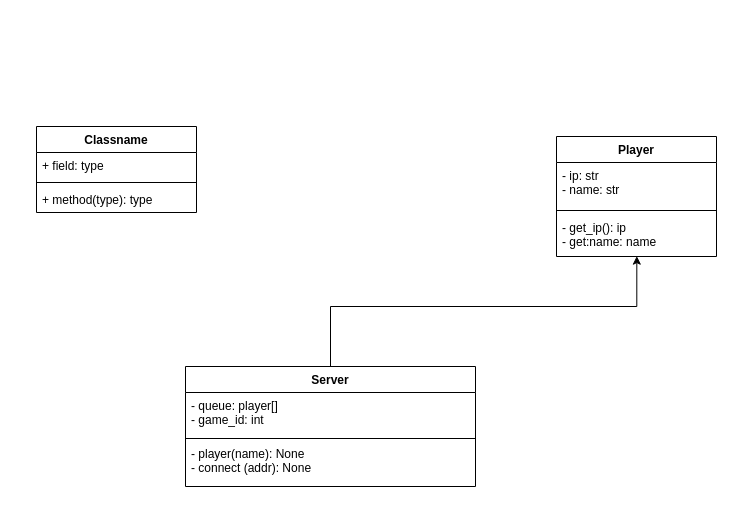
The draw.io diagram .drawio in Truntaler/TM-Project, before the edit. Source tidied: cells renumbered, new cells numbered last; positions are measured from the earlier drawing's top-left corner, leaving out a move shared by most shapes. Both pictures are drawn from the tidied source at 100%, with x=0, y=0 at pixel (36, 126).
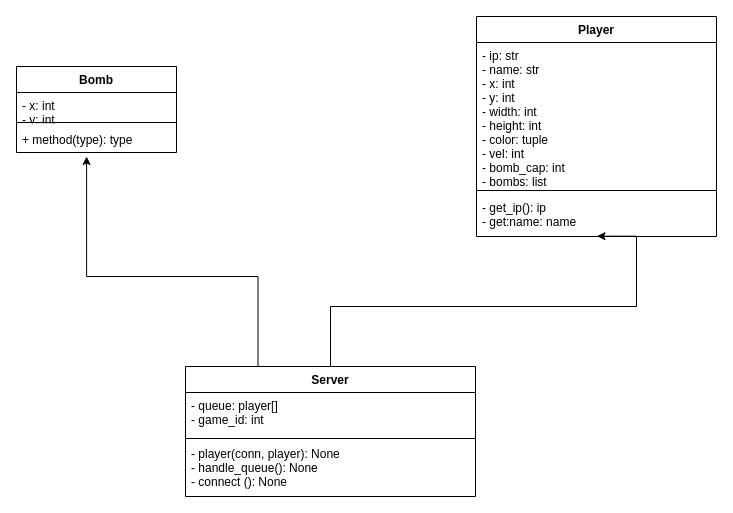
The same diagram, later.

Commit message:
server_3/player erweitert

Unchanged cells that the change refers to:
```xml
<mxCell id="15" value="+ method(type): type" style="text;strokeColor=none;fillColor=none;align=left;verticalAlign=top;spacingLeft=4;spacingRight=4;overflow=hidden;points=[[0,0.5],[1,0.5]];portConstraint=eastwest;" parent="12" vertex="1">
  <mxGeometry y="60" width="160" height="26" as="geometry" />
</mxCell>
```

Diff of the diagram source:
```diff
@@
+    <mxCell id="16" style="edgeStyle=orthogonalEdgeStyle;rounded=0;jettySize=auto;html=1;exitX=0.25;exitY=0;exitDx=0;exitDy=0;entryX=0.438;entryY=1.154;entryDx=0;entryDy=0;entryPerimeter=0;" parent="1" edge="1" source="3" target="15">
+      <mxGeometry relative="1" as="geometry">
+        <Array as="points">
+          <mxPoint x="222" y="150" />
+          <mxPoint x="50" y="150" />
+        </Array>
+      </mxGeometry>
+    </mxCell>
     <mxCell id="3" value="Server" style="swimlane;fontStyle=1;align=center;verticalAlign=top;horizontal=1;startSize=26;" parent="1" vertex="1">
-      <mxGeometry x="149" y="240" width="290" height="120" as="geometry" />
+      <mxGeometry x="149" y="240" width="290" height="130" as="geometry" />
     </mxCell>
@@
-    <mxCell id="6" value="- player(name): None&#10;- connect (addr): None&#10;" style="text;strokeColor=none;fillColor=none;align=left;verticalAlign=top;spacingLeft=4;spacingRight=4;overflow=hidden;" parent="3" vertex="1">
-      <mxGeometry y="74" width="290" height="46" as="geometry" />
+    <mxCell id="6" value="- player(conn, player): None&#10;- handle_queue(): None&#10;- connect (): None&#10;" style="text;strokeColor=none;fillColor=none;align=left;verticalAlign=top;spacingLeft=4;spacingRight=4;overflow=hidden;" parent="3" vertex="1">
+      <mxGeometry y="74" width="290" height="56" as="geometry" />
     </mxCell>
@@
     <mxCell id="8" value="Player" style="swimlane;fontStyle=1;align=center;verticalAlign=top;horizontal=1;startSize=26;" parent="1" vertex="1">
-      <mxGeometry x="520" y="10" width="160" height="120" as="geometry" />
+      <mxGeometry x="440" y="-110" width="240" height="220" as="geometry" />
     </mxCell>
-    <mxCell id="9" value="- ip: str&#10;- name: str " style="text;strokeColor=none;fillColor=none;align=left;verticalAlign=top;spacingLeft=4;spacingRight=4;overflow=hidden;" parent="8" vertex="1">
-      <mxGeometry y="26" width="160" height="44" as="geometry" />
+    <mxCell id="9" value="- ip: str&#10;- name: str &#10;- x: int&#10;- y: int&#10;- width: int&#10;- height: int&#10;- color: tuple&#10;- vel: int&#10;- bomb_cap: int&#10;- bombs: list&#10;&#10;&#10;" style="text;strokeColor=none;fillColor=none;align=left;verticalAlign=top;spacingLeft=4;spacingRight=4;overflow=hidden;" parent="8" vertex="1">
+      <mxGeometry y="26" width="240" height="144" as="geometry" />
     </mxCell>
     <mxCell id="10" style="line;strokeWidth=1;fillColor=none;align=left;verticalAlign=middle;spacingTop=-1;spacingLeft=3;spacingRight=3;labelPosition=right;" parent="8" vertex="1">
-      <mxGeometry y="70" width="160" height="8" as="geometry" />
+      <mxGeometry y="170" width="240" height="8" as="geometry" />
     </mxCell>
     <mxCell id="11" value="- get_ip(): ip&#10;- get:name: name" style="text;strokeColor=none;fillColor=none;align=left;verticalAlign=top;spacingLeft=4;spacingRight=4;overflow=hidden;points=[[0,0.5],[1,0.5]];portConstraint=eastwest;" parent="8" vertex="1">
-      <mxGeometry y="78" width="160" height="42" as="geometry" />
+      <mxGeometry y="178" width="240" height="42" as="geometry" />
     </mxCell>
-    <mxCell id="12" value="Classname" style="swimlane;fontStyle=1;align=center;verticalAlign=top;horizontal=1;startSize=26;" parent="1" vertex="1">
-      <mxGeometry width="160" height="86" as="geometry" />
+    <mxCell id="12" value="Bomb" style="swimlane;fontStyle=1;align=center;verticalAlign=top;horizontal=1;startSize=26;" parent="1" vertex="1">
+      <mxGeometry x="-20" y="-60" width="160" height="86" as="geometry" />
     </mxCell>
-    <mxCell id="13" value="+ field: type" style="text;strokeColor=none;fillColor=none;align=left;verticalAlign=top;spacingLeft=4;spacingRight=4;overflow=hidden;" parent="12" vertex="1">
+    <mxCell id="13" value="- x: int&#10;- y: int" style="text;strokeColor=none;fillColor=none;align=left;verticalAlign=top;spacingLeft=4;spacingRight=4;overflow=hidden;" parent="12" vertex="1">
       <mxGeometry y="26" width="160" height="26" as="geometry" />
     </mxCell>
```
